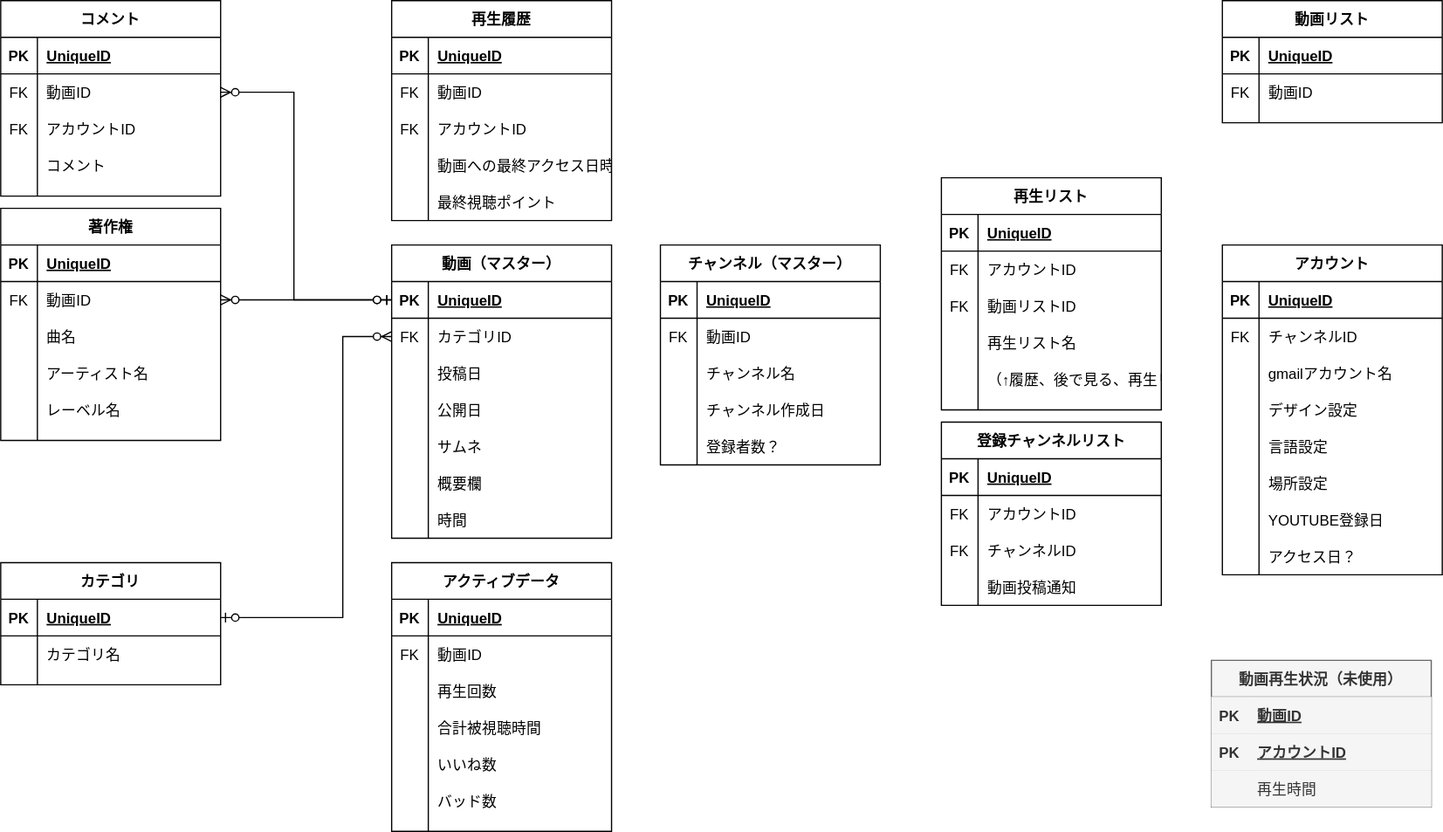
Earlier version of the draw.io export youtube要件定義.svg (miharu-kon/board). Source tidied: cells renumbered, new cells last; positions are measured from the earlier drawing's top-left corner, leaving out a move shared by most shapes.
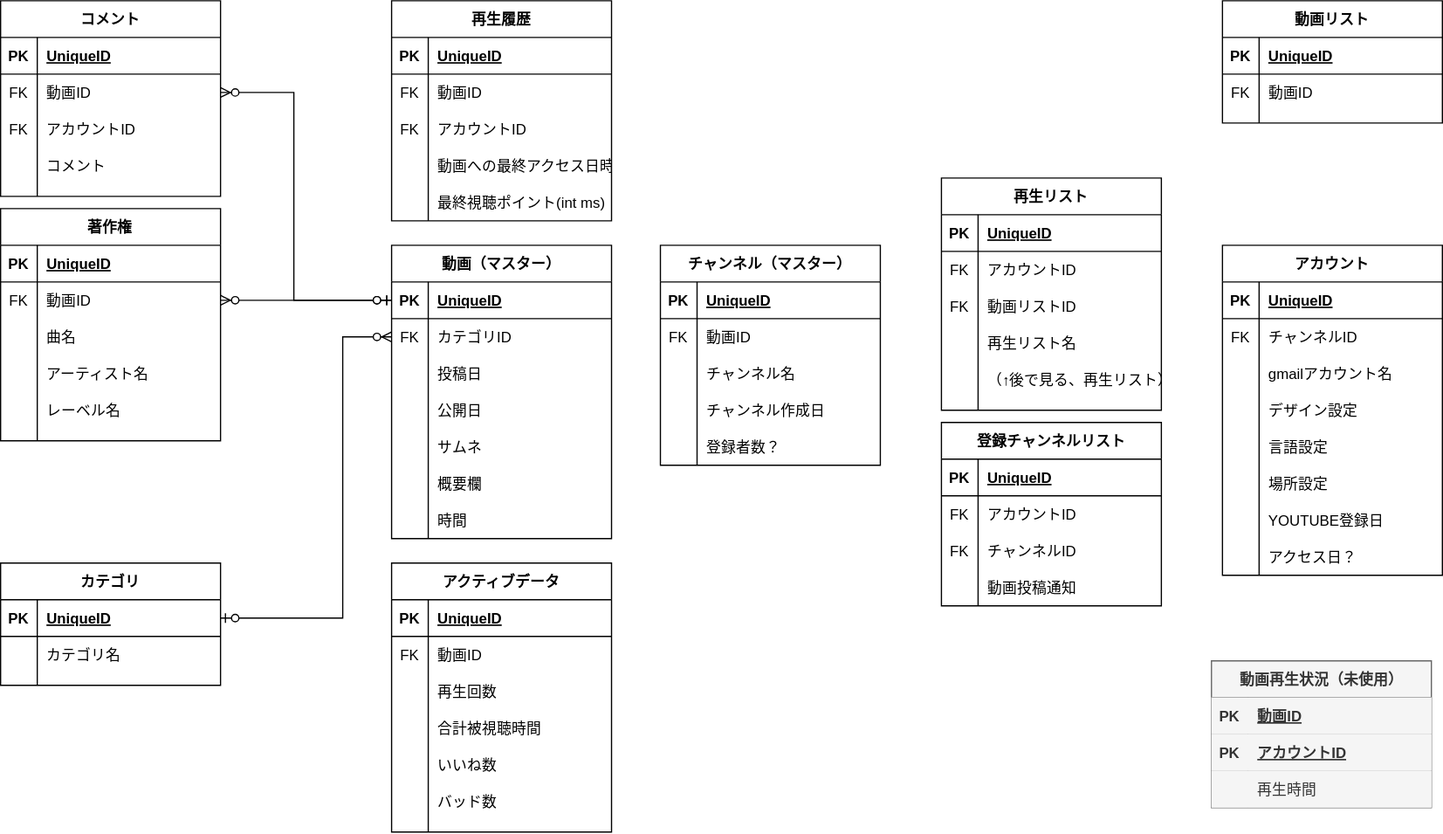
The same file after the commit.

Commit message:
youtube要件定義.svg を更新します

Diff of the diagram source:
```diff
@@ -456,7 +456,7 @@
     <mxCell id="149" style="shape=partialRectangle;fillColor=none;top=0;left=0;bottom=0;right=0;overflow=hidden;" parent="148" vertex="1">
       <mxGeometry width="30" height="30" as="geometry" />
     </mxCell>
-    <mxCell id="150" value="最終視聴ポイント" style="shape=partialRectangle;fillColor=none;top=0;left=0;bottom=0;right=0;align=left;spacingLeft=6;overflow=hidden;" parent="148" vertex="1">
+    <mxCell id="150" value="最終視聴ポイント(int ms)" style="shape=partialRectangle;fillColor=none;top=0;left=0;bottom=0;right=0;align=left;spacingLeft=6;overflow=hidden;" parent="148" vertex="1">
       <mxGeometry x="30" width="150" height="30" as="geometry" />
     </mxCell>
     <mxCell id="151" value="再生リスト" style="shape=table;startSize=30;rowLines=0;fontStyle=1;align=center;" parent="1" vertex="1">
@@ -504,7 +504,7 @@
     <mxCell id="165" style="shape=partialRectangle;fillColor=none;top=0;left=0;bottom=0;right=0;overflow=hidden;" parent="164" vertex="1">
       <mxGeometry width="30" height="30" as="geometry" />
     </mxCell>
-    <mxCell id="166" value="（↑履歴、後で見る、再生リスト、高く評価した動画）" style="shape=partialRectangle;fillColor=none;top=0;left=0;bottom=0;right=0;align=left;spacingLeft=6;overflow=hidden;" parent="164" vertex="1">
+    <mxCell id="166" value="（↑後で見る、再生リスト）" style="shape=partialRectangle;fillColor=none;top=0;left=0;bottom=0;right=0;align=left;spacingLeft=6;overflow=hidden;" parent="164" vertex="1">
       <mxGeometry x="30" width="150" height="30" as="geometry" />
     </mxCell>
     <mxCell id="167" value="アクティブデータ" style="shape=table;startSize=30;rowLines=0;fontStyle=1;align=center;" parent="1" vertex="1">
```
